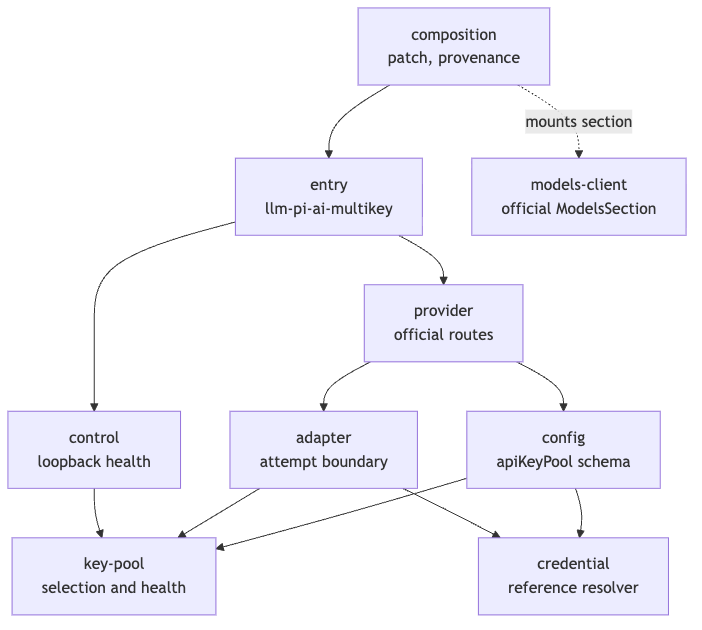
Earlier version of the Mermaid export dsh-multikey-provider/docs/diagrams/module-ownership.png (Jasonzhangf/agent-plugins). Its source is kept beside it as dsh-multikey-provider/docs/diagrams/module-ownership.mmd.
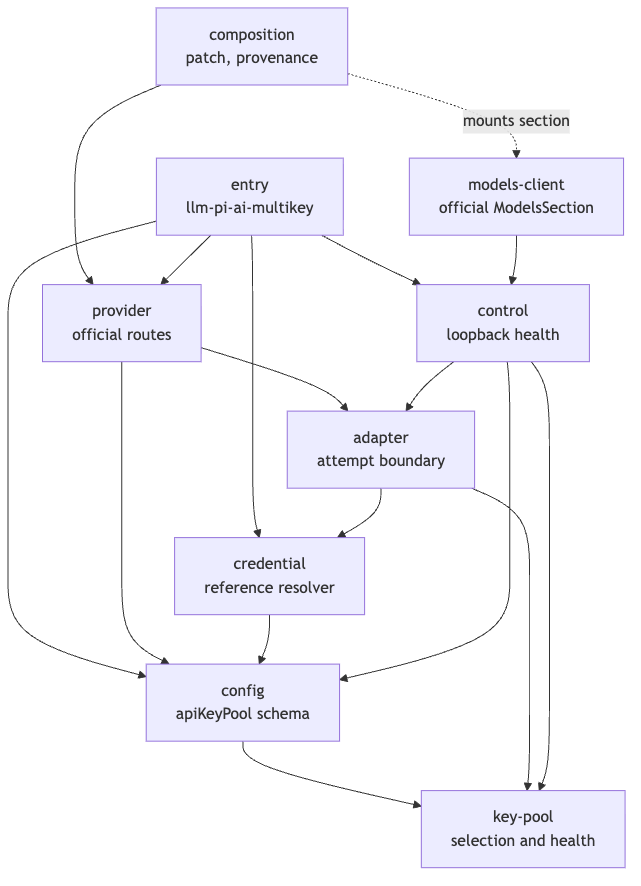
After the commit.

What changed in the source:
```diff
@@ -1,13 +1,27 @@
 flowchart TD
-  Composition["composition<br/>patch, provenance"] --> Entry["entry<br/>llm-pi-ai-multikey"]
-  Entry --> Provider["provider<br/>official routes"]
-  Entry --> Control["control<br/>loopback health"]
-  Provider --> Config["config<br/>apiKeyPool schema"]
-  Provider --> Adapter["adapter<br/>attempt boundary"]
-  Config --> KeyPool["key-pool<br/>selection and health"]
-  Config --> Credential["credential<br/>reference resolver"]
+  Composition["composition<br/>patch, provenance"]
+  Entry["entry<br/>llm-pi-ai-multikey"]
+  Provider["provider<br/>official routes"]
+  Control["control<br/>loopback health"]
+  Config["config<br/>apiKeyPool schema"]
+  Adapter["adapter<br/>attempt boundary"]
+  KeyPool["key-pool<br/>selection and health"]
+  Credential["credential<br/>reference resolver"]
+  ModelsClient["models-client<br/>official ModelsSection"]
+
+  Composition --> Provider
+  Composition -. "mounts section" .-> ModelsClient
+  Entry --> Provider
+  Entry --> Control
+  Entry --> Config
+  Entry --> Credential
+  Provider --> Config
+  Provider --> Adapter
+  Config --> KeyPool
+  Credential --> Config
   Adapter --> KeyPool
   Adapter --> Credential
+  Control --> Adapter
   Control --> KeyPool
-  ModelsClient["models-client<br/>official ModelsSection"]
-  Composition -. "mounts section" .-> ModelsClient
+  Control --> Config
+  ModelsClient --> Control
```
